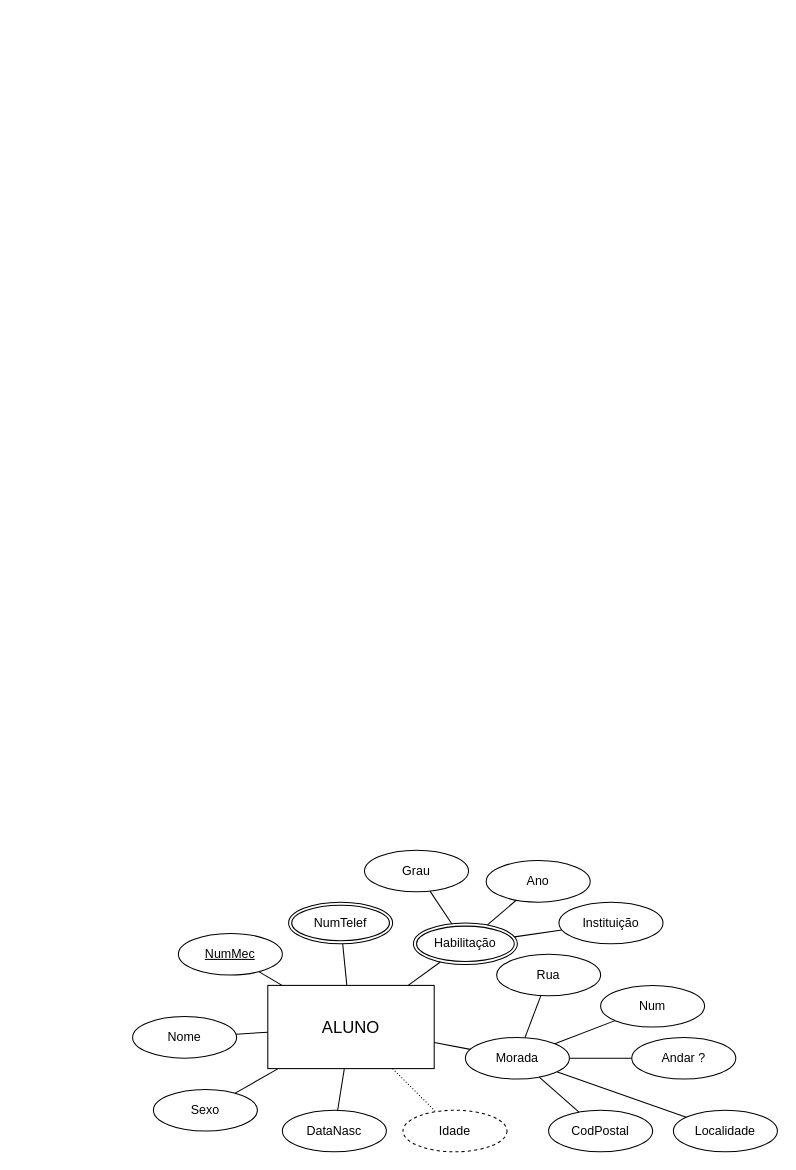
Earlier version of the draw.io diagram Diagrama_Escolar.drawio (danymota1P/Diagrama). Source tidied: cells renumbered, new cells numbered last; positions are measured from the earlier drawing's top-left corner, leaving out a move shared by most shapes. Both pictures are drawn from the tidied source at 104%, with x=0, y=0 at pixel (132, 850).
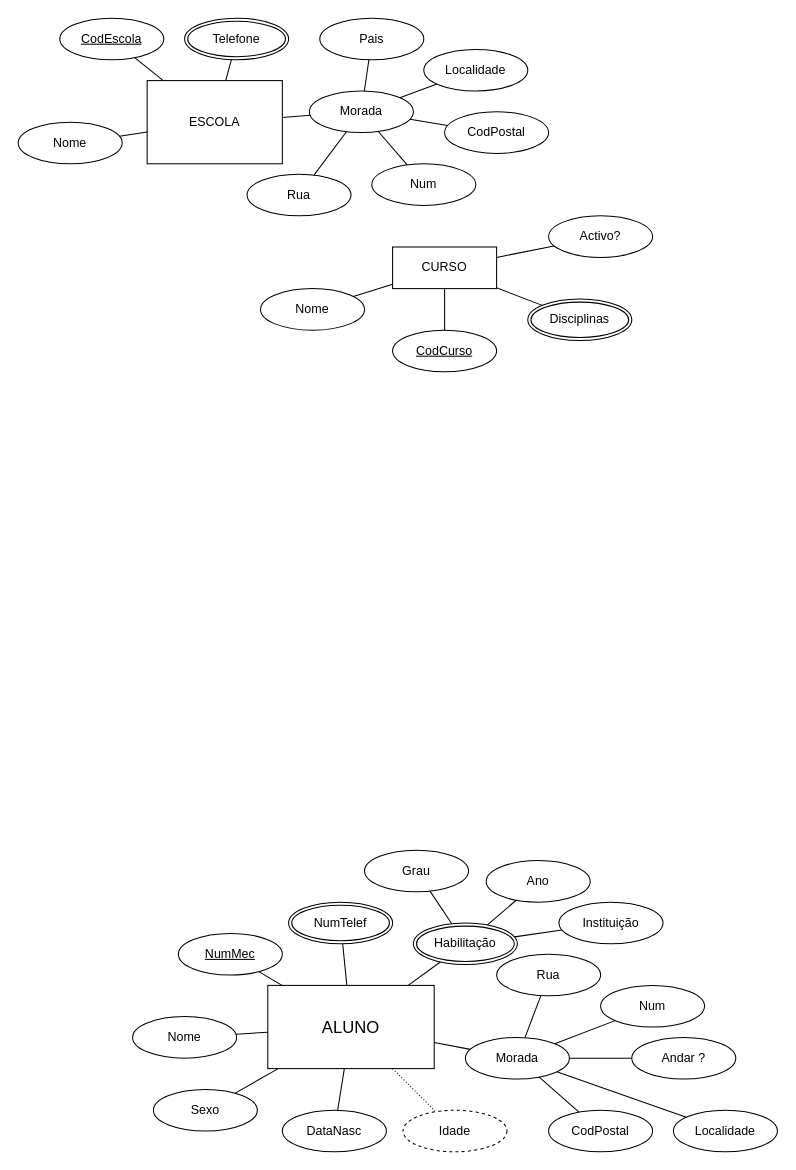
The same diagram, later.

What changed in the source:
```diff
@@
+    <mxCell id="35" value="ESCOLA" style="whiteSpace=wrap;html=1;align=center;" parent="1" vertex="1">
+      <mxGeometry x="14" y="-740" width="130" height="80" as="geometry" />
+    </mxCell>
+    <mxCell id="36" value="CodEscola" style="ellipse;whiteSpace=wrap;html=1;align=center;fontStyle=4;" parent="1" vertex="1">
+      <mxGeometry x="-70" y="-800" width="100" height="40" as="geometry" />
+    </mxCell>
+    <mxCell id="37" value="Nome" style="ellipse;whiteSpace=wrap;html=1;align=center;" parent="1" vertex="1">
+      <mxGeometry x="-110" y="-700" width="100" height="40" as="geometry" />
+    </mxCell>
+    <mxCell id="38" value="Telefone" style="ellipse;shape=doubleEllipse;margin=3;whiteSpace=wrap;html=1;align=center;" parent="1" vertex="1">
+      <mxGeometry x="50" y="-800" width="100" height="40" as="geometry" />
+    </mxCell>
+    <mxCell id="39" value="Morada" style="ellipse;whiteSpace=wrap;html=1;align=center;" parent="1" vertex="1">
+      <mxGeometry x="170" y="-730" width="100" height="40" as="geometry" />
+    </mxCell>
+    <mxCell id="40" value="Rua" style="ellipse;whiteSpace=wrap;html=1;align=center;" parent="1" vertex="1">
+      <mxGeometry x="110" y="-650" width="100" height="40" as="geometry" />
+    </mxCell>
+    <mxCell id="41" value="Num" style="ellipse;whiteSpace=wrap;html=1;align=center;" parent="1" vertex="1">
+      <mxGeometry x="230" y="-660" width="100" height="40" as="geometry" />
+    </mxCell>
+    <mxCell id="42" value="CodPostal" style="ellipse;whiteSpace=wrap;html=1;align=center;" parent="1" vertex="1">
+      <mxGeometry x="300" y="-710" width="100" height="40" as="geometry" />
+    </mxCell>
+    <mxCell id="43" value="Pais" style="ellipse;whiteSpace=wrap;html=1;align=center;" parent="1" vertex="1">
+      <mxGeometry x="180" y="-800" width="100" height="40" as="geometry" />
+    </mxCell>
+    <mxCell id="44" value="Localidade" style="ellipse;whiteSpace=wrap;html=1;align=center;" parent="1" vertex="1">
+      <mxGeometry x="280" y="-770" width="100" height="40" as="geometry" />
+    </mxCell>
+    <mxCell id="45" style="endArrow=none;html=1;rounded=0;" parent="1" edge="1" source="36" target="35">
+      <mxGeometry relative="1" as="geometry" />
+    </mxCell>
+    <mxCell id="46" style="endArrow=none;html=1;rounded=0;" parent="1" edge="1" source="38" target="35">
+      <mxGeometry relative="1" as="geometry" />
+    </mxCell>
+    <mxCell id="47" style="endArrow=none;html=1;rounded=0;" parent="1" edge="1" source="37" target="35">
+      <mxGeometry relative="1" as="geometry" />
+    </mxCell>
+    <mxCell id="48" style="endArrow=none;html=1;rounded=0;" parent="1" edge="1" source="39" target="35">
+      <mxGeometry relative="1" as="geometry" />
+    </mxCell>
+    <mxCell id="49" style="endArrow=none;html=1;rounded=0;" parent="1" edge="1" source="40" target="39">
+      <mxGeometry relative="1" as="geometry" />
+    </mxCell>
+    <mxCell id="50" style="endArrow=none;html=1;rounded=0;" parent="1" edge="1" source="41" target="39">
+      <mxGeometry relative="1" as="geometry" />
+    </mxCell>
+    <mxCell id="51" style="endArrow=none;html=1;rounded=0;" parent="1" edge="1" source="42" target="39">
+      <mxGeometry relative="1" as="geometry" />
+    </mxCell>
+    <mxCell id="52" style="endArrow=none;html=1;rounded=0;" parent="1" edge="1" source="44" target="39">
+      <mxGeometry relative="1" as="geometry" />
+    </mxCell>
+    <mxCell id="53" style="endArrow=none;html=1;rounded=0;" parent="1" edge="1" source="43" target="39">
+      <mxGeometry relative="1" as="geometry" />
+    </mxCell>
+    <mxCell id="54" value="CURSO" style="whiteSpace=wrap;html=1;align=center;" parent="1" vertex="1">
+      <mxGeometry x="250" y="-580" width="100" height="40" as="geometry" />
+    </mxCell>
+    <mxCell id="55" value="CodCurso" style="ellipse;whiteSpace=wrap;html=1;align=center;fontStyle=4;" parent="1" vertex="1">
+      <mxGeometry x="250" y="-500" width="100" height="40" as="geometry" />
+    </mxCell>
+    <mxCell id="56" value="Nome" style="ellipse;whiteSpace=wrap;html=1;align=center;" parent="1" vertex="1">
+      <mxGeometry x="123" y="-540" width="100" height="40" as="geometry" />
+    </mxCell>
+    <mxCell id="57" value="Disciplinas" style="ellipse;shape=doubleEllipse;margin=3;whiteSpace=wrap;html=1;align=center;" parent="1" vertex="1">
+      <mxGeometry x="380" y="-530" width="100" height="40" as="geometry" />
+    </mxCell>
+    <mxCell id="58" value="Activo?" style="ellipse;whiteSpace=wrap;html=1;align=center;" parent="1" vertex="1">
+      <mxGeometry x="400" y="-610" width="100" height="40" as="geometry" />
+    </mxCell>
+    <mxCell id="59" style="endArrow=none;html=1;rounded=0;" parent="1" edge="1" source="54" target="58">
+      <mxGeometry relative="1" as="geometry" />
+    </mxCell>
+    <mxCell id="60" style="endArrow=none;html=1;rounded=0;" parent="1" edge="1" source="54" target="57">
+      <mxGeometry relative="1" as="geometry" />
+    </mxCell>
+    <mxCell id="61" style="endArrow=none;html=1;rounded=0;" parent="1" edge="1" source="54" target="55">
+      <mxGeometry relative="1" as="geometry" />
+    </mxCell>
+    <mxCell id="62" style="endArrow=none;html=1;rounded=0;" parent="1" edge="1" source="54" target="56">
+      <mxGeometry relative="1" as="geometry" />
+    </mxCell>
```
